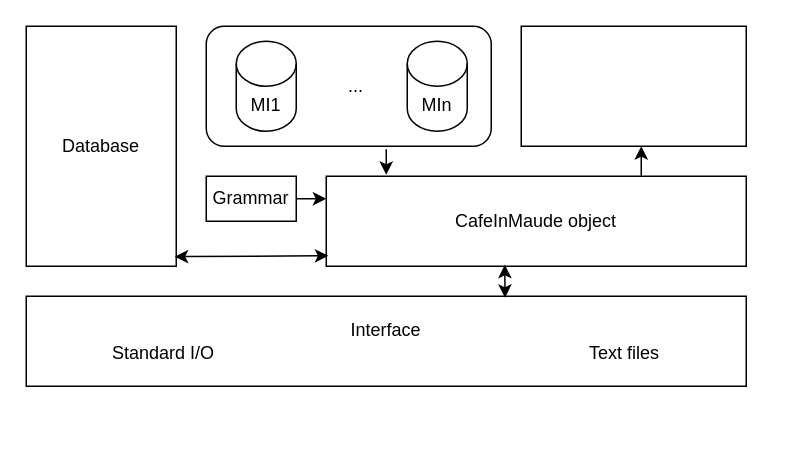
Before: diagrams/cafeInMaude.drawio in ariesco/CafeInMaude, a draw.io diagram. Source tidied: cells renumbered, new cells numbered last; positions are measured from the earlier drawing's top-left corner, leaving out a move shared by most shapes. Both pictures are drawn from the tidied source at 150%, with x=0, y=0 at pixel (26, 26).
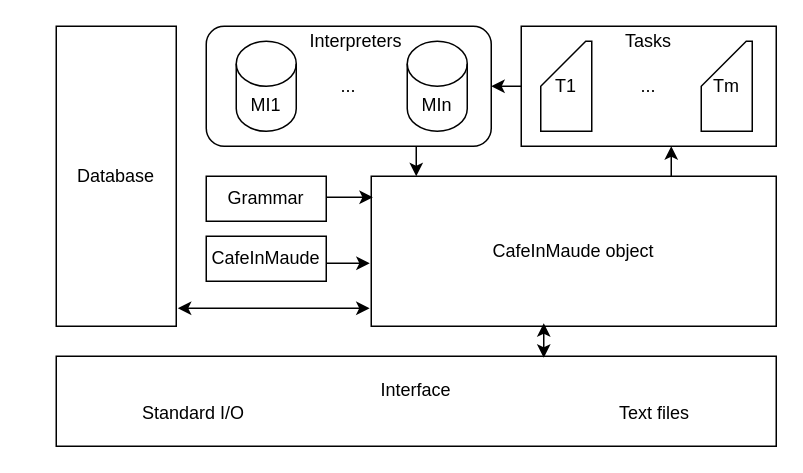
Above is the later version.

The change refers to these unchanged cells:
```xml
<mxCell id="5" style="rounded=1;whiteSpace=wrap;html=1;" parent="1" vertex="1">
  <mxGeometry x="120" width="190" height="80" as="geometry" />
</mxCell>
```

Diff of the diagram source:
```diff
@@
     <mxCell id="2" value="Interface&lt;br&gt;Standard I/O&amp;nbsp; &amp;nbsp; &amp;nbsp; &amp;nbsp; &amp;nbsp; &amp;nbsp; &amp;nbsp; &amp;nbsp; &amp;nbsp; &amp;nbsp; &amp;nbsp; &amp;nbsp; &amp;nbsp; &amp;nbsp; &amp;nbsp; &amp;nbsp; &amp;nbsp; &amp;nbsp; &amp;nbsp; &amp;nbsp; &amp;nbsp; &amp;nbsp; &amp;nbsp; &amp;nbsp; &amp;nbsp; &amp;nbsp; &amp;nbsp; &amp;nbsp; &amp;nbsp; &amp;nbsp; &amp;nbsp; &amp;nbsp; &amp;nbsp; &amp;nbsp; &amp;nbsp; &amp;nbsp; &amp;nbsp; &amp;nbsp;Text files" style="rounded=0;whiteSpace=wrap;html=1;" parent="1" vertex="1">
-      <mxGeometry y="180" width="480" height="60" as="geometry" />
+      <mxGeometry x="20" y="220" width="480" height="60" as="geometry" />
     </mxCell>
     <mxCell id="3" value="CafeInMaude object" style="rounded=0;whiteSpace=wrap;html=1;" parent="1" vertex="1">
-      <mxGeometry x="200" y="100" width="280" height="60" as="geometry" />
+      <mxGeometry x="230" y="100" width="270" height="100" as="geometry" />
     </mxCell>
     <mxCell id="4" value="Database" style="rounded=0;whiteSpace=wrap;html=1;" parent="1" vertex="1">
-      <mxGeometry width="100" height="160" as="geometry" />
+      <mxGeometry x="20" width="80" height="200" as="geometry" />
     </mxCell>
@@
     <mxCell id="6" value="Grammar" style="rounded=0;whiteSpace=wrap;html=1;" parent="1" vertex="1">
-      <mxGeometry x="120" y="100" width="60" height="30" as="geometry" />
+      <mxGeometry x="120" y="100" width="80" height="30" as="geometry" />
     </mxCell>
-    <mxCell id="7" style="endArrow=classic;html=1;exitX=1;exitY=0.5;exitDx=0;exitDy=0;entryX=0;entryY=0.25;entryDx=0;entryDy=0;" parent="1" edge="1" source="6" target="3">
-      <mxGeometry relative="1" as="geometry" />
+    <mxCell id="7" style="endArrow=classic;html=1;entryX=0.004;entryY=0.14;entryDx=0;entryDy=0;entryPerimeter=0;" parent="1" edge="1" target="3">
+      <mxGeometry relative="1" as="geometry">
+        <mxPoint x="200" y="114" as="sourcePoint" />
+      </mxGeometry>
     </mxCell>
-    <mxCell id="8" style="endArrow=classic;startArrow=classic;html=1;exitX=0.99;exitY=0.96;exitDx=0;exitDy=0;exitPerimeter=0;entryX=0.005;entryY=0.883;entryDx=0;entryDy=0;entryPerimeter=0;" parent="1" edge="1" source="4" target="3">
+    <mxCell id="8" style="endArrow=classic;startArrow=classic;html=1;exitX=1.013;exitY=0.94;exitDx=0;exitDy=0;exitPerimeter=0;entryX=-0.004;entryY=0.88;entryDx=0;entryDy=0;entryPerimeter=0;" parent="1" edge="1" source="4" target="3">
       <mxGeometry relative="1" as="geometry" />
     </mxCell>
@@
     <mxCell id="11" value="..." style="text;html=1;strokeColor=none;fillColor=none;align=center;verticalAlign=middle;whiteSpace=wrap;rounded=0;" parent="1" vertex="1">
-      <mxGeometry x="200" y="30" width="40" height="20" as="geometry" />
+      <mxGeometry x="195" y="30" width="40" height="20" as="geometry" />
     </mxCell>
     <mxCell id="12" style="endArrow=classic;html=1;" parent="1" edge="1">
       <mxGeometry relative="1" as="geometry">
-        <mxPoint x="240" y="82" as="sourcePoint" />
-        <mxPoint x="240" y="99" as="targetPoint" />
+        <mxPoint x="260" y="80" as="sourcePoint" />
+        <mxPoint x="260" y="100" as="targetPoint" />
       </mxGeometry>
     </mxCell>
     <mxCell id="13" style="rounded=0;whiteSpace=wrap;html=1;" parent="1" vertex="1">
-      <mxGeometry x="330" width="150" height="80" as="geometry" />
+      <mxGeometry x="330" width="170" height="80" as="geometry" />
     </mxCell>
-    <mxCell id="14" style="endArrow=classic;html=1;exitX=0.75;exitY=0;exitDx=0;exitDy=0;" parent="1" edge="1" source="3">
+    <mxCell id="14" style="endArrow=classic;html=1;" parent="1" edge="1">
       <mxGeometry relative="1" as="geometry">
-        <mxPoint x="410" y="80" as="targetPoint" />
+        <mxPoint x="430" y="100" as="sourcePoint" />
+        <mxPoint x="430" y="80" as="targetPoint" />
       </mxGeometry>
     </mxCell>
-    <mxCell id="15" style="endArrow=classic;startArrow=classic;html=1;exitX=0.665;exitY=0.017;exitDx=0;exitDy=0;exitPerimeter=0;entryX=0.425;entryY=0.983;entryDx=0;entryDy=0;entryPerimeter=0;" parent="1" edge="1" source="2" target="3">
-      <mxGeometry relative="1" as="geometry" />
+    <mxCell id="15" style="endArrow=classic;startArrow=classic;html=1;" parent="1" edge="1">
+      <mxGeometry relative="1" as="geometry">
+        <mxPoint x="345" y="221" as="sourcePoint" />
+        <mxPoint x="345" y="198" as="targetPoint" />
+      </mxGeometry>
     </mxCell>
+    <mxCell id="16" value="T1" style="shape=card;whiteSpace=wrap;html=1;" parent="1" vertex="1">
+      <mxGeometry x="343" y="10" width="34" height="60" as="geometry" />
+    </mxCell>
+    <mxCell id="17" value="Tm" style="shape=card;whiteSpace=wrap;html=1;" parent="1" vertex="1">
+      <mxGeometry x="450" y="10" width="34" height="60" as="geometry" />
+    </mxCell>
+    <mxCell id="18" value="..." style="text;html=1;strokeColor=none;fillColor=none;align=center;verticalAlign=middle;whiteSpace=wrap;rounded=0;" parent="1" vertex="1">
+      <mxGeometry x="395" y="30" width="40" height="20" as="geometry" />
+    </mxCell>
+    <mxCell id="19" style="endArrow=classic;html=1;exitX=0;exitY=0.5;exitDx=0;exitDy=0;entryX=1;entryY=0.5;entryDx=0;entryDy=0;" parent="1" edge="1" source="13" target="5">
+      <mxGeometry relative="1" as="geometry" />
+    </mxCell>
+    <mxCell id="20" value="CafeInMaude" style="rounded=0;whiteSpace=wrap;html=1;" parent="1" vertex="1">
+      <mxGeometry x="120" y="140" width="80" height="30" as="geometry" />
+    </mxCell>
+    <mxCell id="21" value="Tasks" style="text;html=1;strokeColor=none;fillColor=none;align=center;verticalAlign=middle;whiteSpace=wrap;rounded=0;" parent="1" vertex="1">
+      <mxGeometry x="395" width="40" height="20" as="geometry" />
+    </mxCell>
+    <mxCell id="22" style="endArrow=classic;html=1;" parent="1" edge="1">
+      <mxGeometry relative="1" as="geometry">
+        <mxPoint x="200" y="158" as="sourcePoint" />
+        <mxPoint x="229" y="158" as="targetPoint" />
+      </mxGeometry>
+    </mxCell>
+    <mxCell id="23" value="Interpreters" style="text;html=1;strokeColor=none;fillColor=none;align=center;verticalAlign=middle;whiteSpace=wrap;rounded=0;" parent="1" vertex="1">
+      <mxGeometry x="200" width="40" height="20" as="geometry" />
+    </mxCell>
```
